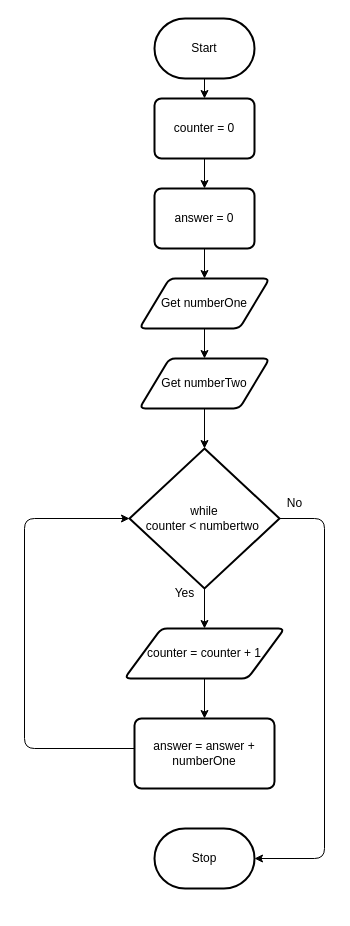
This is design/flowchart.drawio from MTHS-ICD2O-1-2024/ICD2O-Unit-6-02-Shanea-Jaromay1, a draw.io file, before an edit. Source tidied: cells renumbered, new cells numbered last; positions are measured from the earlier drawing's top-left corner, leaving out a move shared by most shapes. Both pictures are drawn from the tidied source at 100%, with x=0, y=0 at pixel (24, 18).
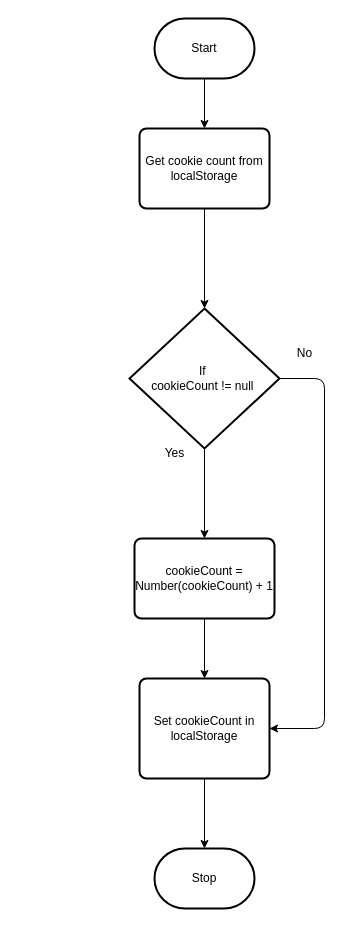
The same page after the edit.

Commit message (it also covers changes not shown here):
added storyboard and flowchart

The edit, as a diff of the source:
```diff
@@
     <mxCell id="4" value="Stop" style="strokeWidth=2;html=1;shape=mxgraph.flowchart.terminator;whiteSpace=wrap;" parent="1" vertex="1">
-      <mxGeometry x="130" y="810" width="100" height="60" as="geometry" />
+      <mxGeometry x="130" y="830" width="100" height="60" as="geometry" />
     </mxCell>
-    <mxCell id="5" style="edgeStyle=none;html=1;" parent="1" edge="1" source="6" target="12">
-      <mxGeometry relative="1" as="geometry" />
-    </mxCell>
-    <mxCell id="6" value="Get numberOne" style="shape=parallelogram;html=1;strokeWidth=2;perimeter=parallelogramPerimeter;whiteSpace=wrap;rounded=1;arcSize=12;size=0.23;" parent="1" vertex="1">
-      <mxGeometry x="115" y="260" width="130" height="50" as="geometry" />
-    </mxCell>
-    <mxCell id="7" style="edgeStyle=none;html=1;" parent="1" edge="1" source="8" target="10">
-      <mxGeometry relative="1" as="geometry" />
-    </mxCell>
+    <mxCell id="22" style="edgeStyle=none;html=1;" parent="1" edge="1" source="8" target="15">
+      <mxGeometry relative="1" as="geometry" />
+    </mxCell>
-    <mxCell id="8" value="counter = 0" style="rounded=1;whiteSpace=wrap;html=1;absoluteArcSize=1;arcSize=14;strokeWidth=2;" parent="1" vertex="1">
-      <mxGeometry x="130" y="80" width="100" height="60" as="geometry" />
+    <mxCell id="8" value="Get cookie count from localStorage" style="rounded=1;whiteSpace=wrap;html=1;absoluteArcSize=1;arcSize=14;strokeWidth=2;" parent="1" vertex="1">
+      <mxGeometry x="115" y="110" width="130" height="80" as="geometry" />
     </mxCell>
-    <mxCell id="9" style="edgeStyle=none;html=1;" parent="1" edge="1" source="10" target="6">
-      <mxGeometry relative="1" as="geometry" />
-    </mxCell>
-    <mxCell id="10" value="answer = 0" style="rounded=1;whiteSpace=wrap;html=1;absoluteArcSize=1;arcSize=14;strokeWidth=2;" parent="1" vertex="1">
-      <mxGeometry x="130" y="170" width="100" height="60" as="geometry" />
-    </mxCell>
-    <mxCell id="11" style="edgeStyle=none;html=1;" parent="1" edge="1" source="12" target="15">
-      <mxGeometry relative="1" as="geometry" />
-    </mxCell>
-    <mxCell id="12" value="Get numberTwo" style="shape=parallelogram;html=1;strokeWidth=2;perimeter=parallelogramPerimeter;whiteSpace=wrap;rounded=1;arcSize=12;size=0.23;" parent="1" vertex="1">
-      <mxGeometry x="115" y="340" width="130" height="50" as="geometry" />
-    </mxCell>
-    <mxCell id="13" style="edgeStyle=none;html=1;" parent="1" edge="1" source="15" target="19">
-      <mxGeometry relative="1" as="geometry" />
-    </mxCell>
-    <mxCell id="14" style="edgeStyle=orthogonalEdgeStyle;html=1;entryX=1;entryY=0.5;entryDx=0;entryDy=0;entryPerimeter=0;" parent="1" edge="1" source="15" target="4">
+    <mxCell id="14" style="edgeStyle=orthogonalEdgeStyle;html=1;entryX=1;entryY=0.5;entryDx=0;entryDy=0;" parent="1" edge="1" source="15" target="26">
       <mxGeometry relative="1" as="geometry">
         <Array as="points">
-          <mxPoint x="300" y="500" />
-          <mxPoint x="300" y="840" />
+          <mxPoint x="300" y="360" />
+          <mxPoint x="300" y="710" />
         </Array>
       </mxGeometry>
     </mxCell>
+    <mxCell id="23" style="edgeStyle=none;html=1;" parent="1" edge="1" source="15" target="21">
+      <mxGeometry relative="1" as="geometry" />
+    </mxCell>
-    <mxCell id="15" value="while&lt;div&gt;counter &amp;lt; numbertwo&amp;nbsp;&lt;/div&gt;" style="strokeWidth=2;html=1;shape=mxgraph.flowchart.decision;whiteSpace=wrap;" parent="1" vertex="1">
-      <mxGeometry x="105" y="430" width="150" height="140" as="geometry" />
+    <mxCell id="15" value="If&amp;nbsp;&lt;div&gt;cookieCount != null&amp;nbsp;&lt;/div&gt;" style="strokeWidth=2;html=1;shape=mxgraph.flowchart.decision;whiteSpace=wrap;" parent="1" vertex="1">
+      <mxGeometry x="105" y="290" width="150" height="140" as="geometry" />
     </mxCell>
     <mxCell id="16" value="Yes" style="text;html=1;align=center;verticalAlign=middle;strokeColor=none;fillColor=none;" parent="1" vertex="1">
-      <mxGeometry x="140" y="560" width="40" height="30" as="geometry" />
+      <mxGeometry x="130" y="420" width="40" height="30" as="geometry" />
     </mxCell>
     <mxCell id="17" value="No" style="text;html=1;align=center;verticalAlign=middle;strokeColor=none;fillColor=none;" parent="1" vertex="1">
-      <mxGeometry x="250" y="470" width="40" height="30" as="geometry" />
+      <mxGeometry x="260" y="320" width="40" height="30" as="geometry" />
     </mxCell>
-    <mxCell id="18" style="edgeStyle=none;html=1;" parent="1" edge="1" source="19" target="21">
-      <mxGeometry relative="1" as="geometry" />
-    </mxCell>
-    <mxCell id="19" value="counter = counter + 1" style="shape=parallelogram;html=1;strokeWidth=2;perimeter=parallelogramPerimeter;whiteSpace=wrap;rounded=1;arcSize=12;size=0.23;" parent="1" vertex="1">
-      <mxGeometry x="100" y="610" width="160" height="50" as="geometry" />
-    </mxCell>
-    <mxCell id="20" style="edgeStyle=orthogonalEdgeStyle;html=1;entryX=0;entryY=0.5;entryDx=0;entryDy=0;entryPerimeter=0;" parent="1" edge="1" source="21" target="15">
-      <mxGeometry relative="1" as="geometry">
-        <Array as="points">
-          <mxPoint y="730" />
-          <mxPoint y="500" />
-        </Array>
-      </mxGeometry>
-    </mxCell>
+    <mxCell id="24" style="edgeStyle=none;html=1;" parent="1" edge="1" source="21" target="26">
+      <mxGeometry relative="1" as="geometry" />
+    </mxCell>
-    <mxCell id="21" value="answer = answer + numberOne" style="rounded=1;whiteSpace=wrap;html=1;absoluteArcSize=1;arcSize=14;strokeWidth=2;" parent="1" vertex="1">
-      <mxGeometry x="110" y="700" width="140" height="70" as="geometry" />
+    <mxCell id="21" value="cookieCount = Number(cookieCount) + 1" style="rounded=1;whiteSpace=wrap;html=1;absoluteArcSize=1;arcSize=14;strokeWidth=2;" parent="1" vertex="1">
+      <mxGeometry x="110" y="520" width="140" height="80" as="geometry" />
     </mxCell>
+    <mxCell id="25" style="edgeStyle=none;html=1;" parent="1" edge="1" source="26" target="4">
+      <mxGeometry relative="1" as="geometry" />
+    </mxCell>
+    <mxCell id="26" value="Set cookieCount in localStorage" style="rounded=1;whiteSpace=wrap;html=1;absoluteArcSize=1;arcSize=14;strokeWidth=2;" parent="1" vertex="1">
+      <mxGeometry x="115" y="660" width="130" height="100" as="geometry" />
+    </mxCell>
```
